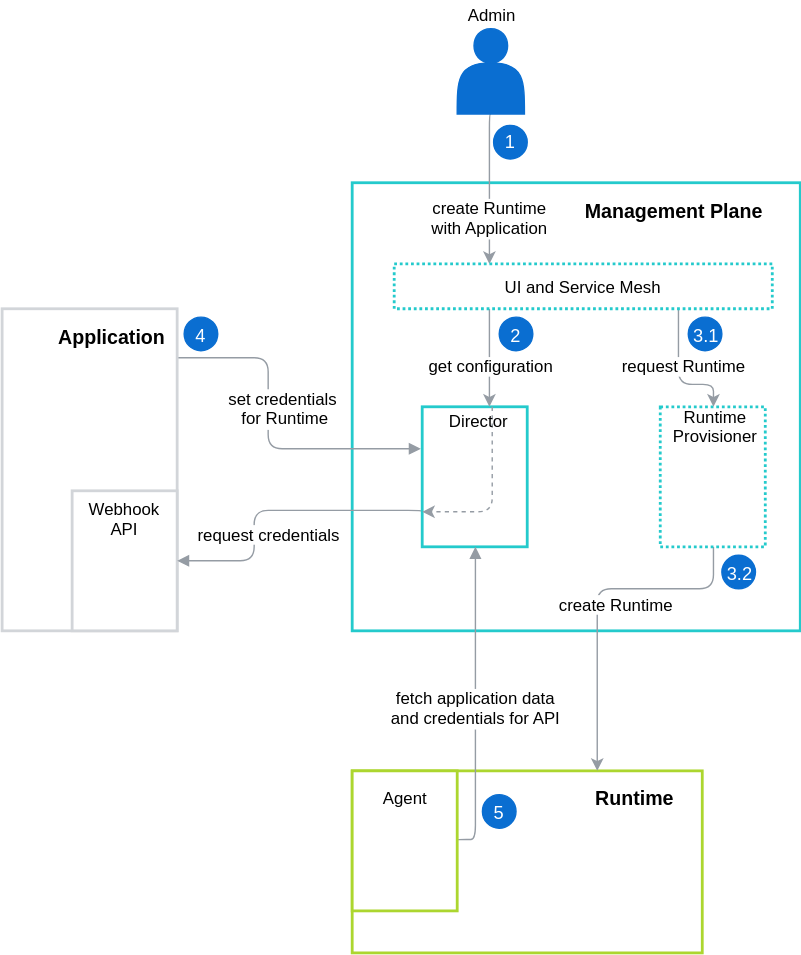
This is docs/architecture/assets/api-credentials-flow.svg from kyma-incubator/compass, a draw.io export, as it was before one commit. Source tidied: cells renumbered, new cells last; positions are measured from the earlier drawing's top-left corner, leaving out a move shared by most shapes.
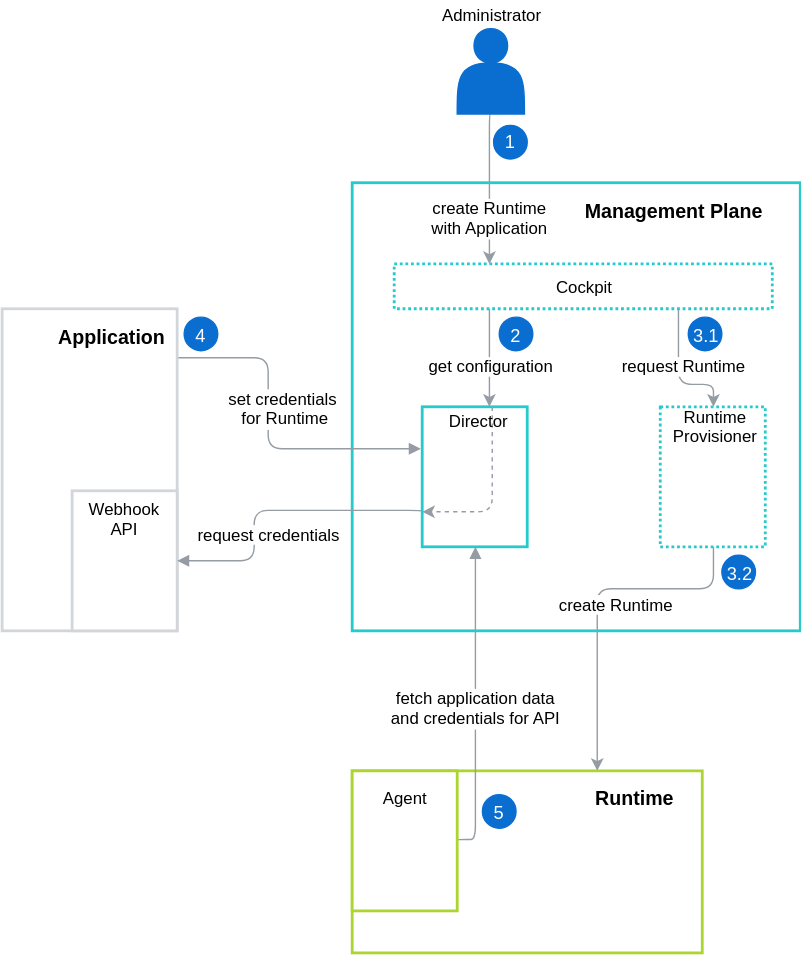
After the change.

Commit message:
Replace UI and Service Mesh with Cockpit

What changed in the source:
```diff
@@ -127,7 +127,7 @@
     <mxCell id="29" value="&lt;div style=&quot;text-align: center&quot;&gt;&lt;font color=&quot;#ffffff&quot;&gt;&lt;span style=&quot;font-size: 13px&quot;&gt;5&lt;/span&gt;&lt;/font&gt;&lt;/div&gt;" style="ellipse;whiteSpace=wrap;html=1;strokeColor=#0A6ED1;strokeWidth=1;fillColor=#0A6ED1;" parent="1" vertex="1">
       <mxGeometry x="343" y="567" width="24" height="24" as="geometry" />
     </mxCell>
-    <mxCell id="30" value="Admin" style="text;html=1;strokeColor=none;fillColor=none;align=center;verticalAlign=middle;whiteSpace=wrap;rounded=0;" parent="1" vertex="1">
+    <mxCell id="30" value="Administrator&lt;br&gt;" style="text;html=1;strokeColor=none;fillColor=none;align=center;verticalAlign=middle;whiteSpace=wrap;rounded=0;" parent="1" vertex="1">
       <mxGeometry x="329" width="40" height="20" as="geometry" />
     </mxCell>
     <mxCell id="31" style="rounded=0;whiteSpace=wrap;html=1;strokeColor=#24CACC;strokeWidth=2;horizontal=1;dashed=1;dashPattern=1 1;" parent="1" vertex="1">
@@ -162,7 +162,7 @@
     <mxCell id="37" style="rounded=0;whiteSpace=wrap;html=1;strokeColor=#24CACC;strokeWidth=2;horizontal=1;dashed=1;dashPattern=1 1;" parent="1" vertex="1">
       <mxGeometry x="280" y="188" width="270" height="32" as="geometry" />
     </mxCell>
-    <mxCell id="38" value="UI and Service Mesh&lt;br&gt;" style="text;html=1;strokeColor=none;fillColor=none;align=center;verticalAlign=middle;whiteSpace=wrap;rounded=0;fontSize=12;" parent="1" vertex="1">
+    <mxCell id="38" value="Cockpit&lt;br&gt;" style="text;html=1;strokeColor=none;fillColor=none;align=center;verticalAlign=middle;whiteSpace=wrap;rounded=0;fontSize=12;" parent="1" vertex="1">
       <mxGeometry x="351" y="194" width="128" height="20" as="geometry" />
     </mxCell>
     <mxCell id="39" value="&lt;div style=&quot;text-align: center&quot;&gt;&lt;font color=&quot;#ffffff&quot;&gt;&lt;span style=&quot;font-size: 13px&quot;&gt;2&lt;/span&gt;&lt;/font&gt;&lt;/div&gt;" style="ellipse;whiteSpace=wrap;html=1;strokeColor=#0A6ED1;strokeWidth=1;fillColor=#0A6ED1;" parent="1" vertex="1">
```
